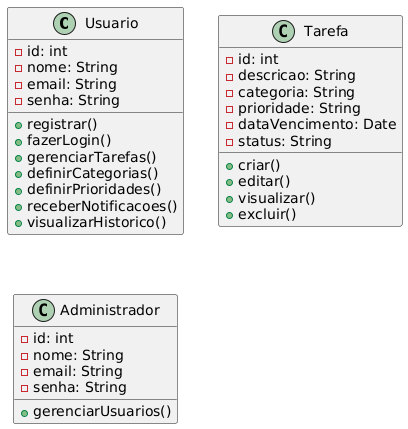
The PlantUML diagram ProjetoToDoListSENAI/docs/diagrams/diagrama_classe.png in MatheusFranciscoLS/ProjetosNodeJS, before a commit. The source it was exported from:
```plantuml
@startuml
class Usuario {
    -id: int
    -nome: String
    -email: String
    -senha: String
    +registrar()
    +fazerLogin()
    +gerenciarTarefas()
    +definirCategorias()
    +definirPrioridades()
    +receberNotificacoes()
    +visualizarHistorico()
}

class Tarefa {
    -id: int
    -descricao: String
    -categoria: String
    -prioridade: String
    -dataVencimento: Date
    -status: String
    +criar()
    +editar()
    +visualizar()
    +excluir()
}

class Administrador {
    -id: int
    -nome: String
    -email: String
    -senha: String
    +gerenciarUsuarios()
}
@enduml
```
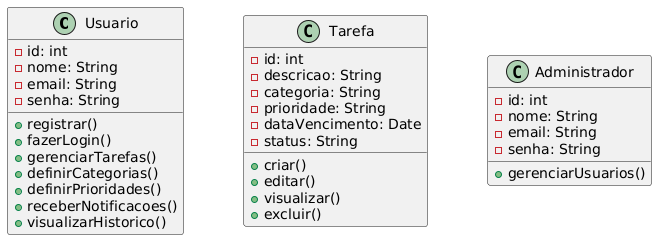
After the commit.

Diff of the diagram source:
```diff
@@ -1,4 +1,6 @@
 @startuml
+left to right direction
+
 class Usuario {
     -id: int
     -nome: String
@@ -33,4 +35,7 @@
     -senha: String
     +gerenciarUsuarios()
 }
+
+Usuario -[hidden]-> Tarefa
+Tarefa -[hidden]-> Administrador
 @enduml
```
